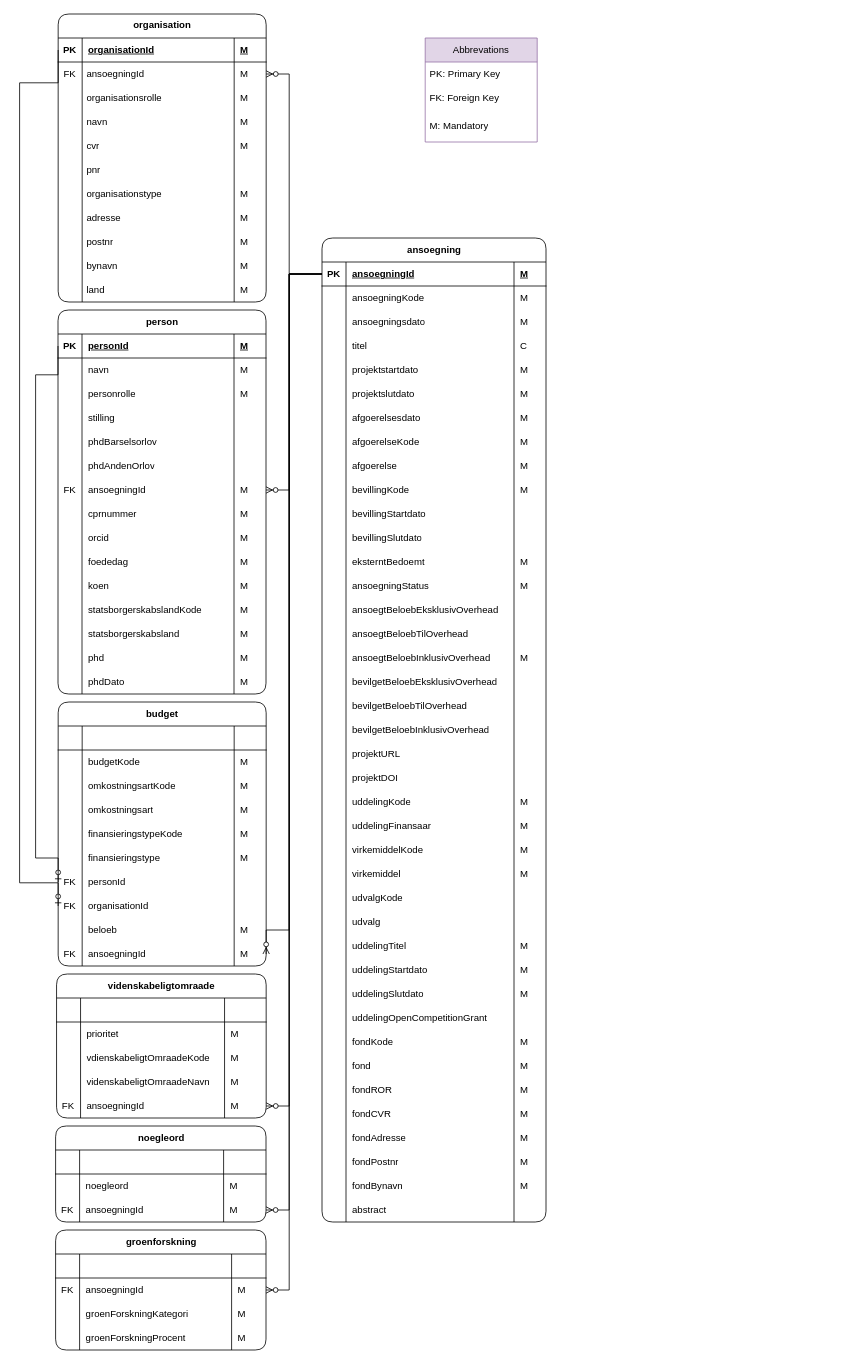
thomas-lange-dk/Grants keeps this draw.io diagram as page "NY Raw" (4 of 5) of Grants model.drawio. Above is the earlier version. Source tidied: cells renumbered, new cells numbered last; positions are measured from the earlier drawing's top-left corner, leaving out a move shared by most shapes. Both pictures are drawn from the tidied source at 80%, with x=0, y=0 at pixel (19, 14).
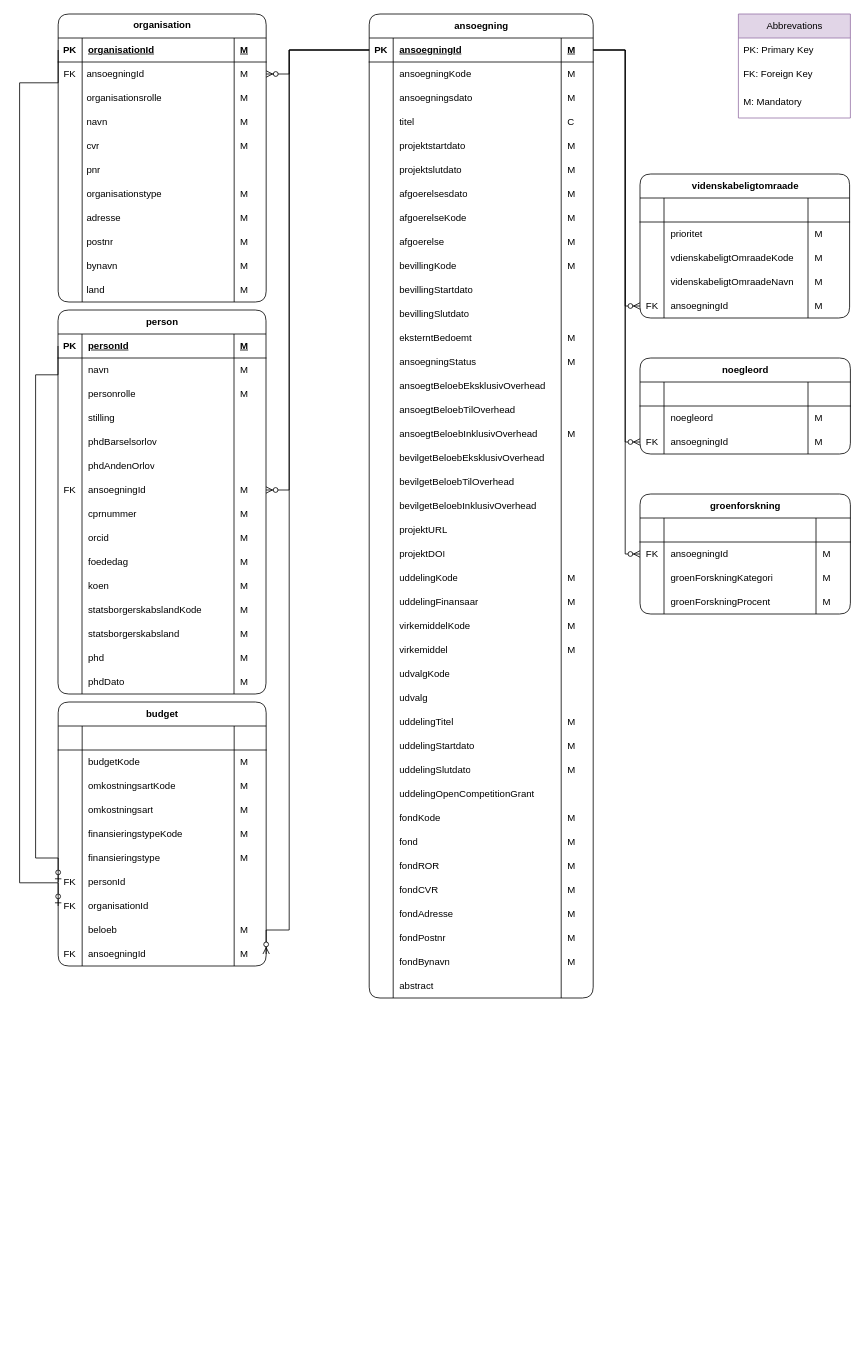
Above is the later version.

The change refers to these unchanged cells:
```xml
<mxCell id="10" value="M" style="shape=partialRectangle;fillColor=none;top=0;left=0;bottom=0;right=0;align=left;spacingLeft=6;overflow=hidden;whiteSpace=wrap;html=1;shadow=0;spacingBottom=0;spacingTop=0;" parent="7" vertex="1">
  <mxGeometry x="220" width="40" height="30" as="geometry" />
</mxCell>
<mxCell id="57" value="FK" style="shape=partialRectangle;fillColor=none;top=0;left=0;bottom=0;right=0;overflow=hidden;whiteSpace=wrap;html=1;shadow=0;" parent="56" vertex="1">
  <mxGeometry width="30" height="30" as="geometry" />
</mxCell>
<mxCell id="59" value="M" style="shape=partialRectangle;fillColor=none;top=0;left=0;bottom=0;right=0;align=left;spacingLeft=6;overflow=hidden;whiteSpace=wrap;html=1;shadow=0;" parent="56" vertex="1">
  <mxGeometry x="210" width="53" height="30" as="geometry" />
</mxCell>
<mxCell id="78" value="FK" style="shape=partialRectangle;fillColor=none;top=0;left=0;bottom=0;right=0;overflow=hidden;whiteSpace=wrap;html=1;shadow=0;" parent="77" vertex="1">
  <mxGeometry width="30" height="30" as="geometry" />
</mxCell>
<mxCell id="80" value="M" style="shape=partialRectangle;fillColor=none;top=0;left=0;bottom=0;right=0;align=left;spacingLeft=6;overflow=hidden;whiteSpace=wrap;html=1;shadow=0;" parent="77" vertex="1">
  <mxGeometry x="210" width="52" height="30" as="geometry" />
</mxCell>
<mxCell id="87" style="shape=tableRow;horizontal=0;startSize=0;swimlaneHead=0;swimlaneBody=0;fillColor=none;points=[[0,0.5],[1,0.5]];portConstraint=eastwest;top=0;left=0;right=0;bottom=1;shadow=0;" parent="86" vertex="1">
  <mxGeometry y="30" width="280" height="30" as="geometry" />
</mxCell>
<mxCell id="88" value="PK" style="shape=partialRectangle;fillColor=none;top=0;left=0;bottom=0;right=0;fontStyle=1;overflow=hidden;whiteSpace=wrap;html=1;shadow=0;" parent="87" vertex="1">
  <mxGeometry width="30" height="30" as="geometry" />
</mxCell>
<mxCell id="90" value="M" style="shape=partialRectangle;fillColor=none;top=0;left=0;bottom=0;right=0;align=left;spacingLeft=6;fontStyle=5;overflow=hidden;whiteSpace=wrap;html=1;shadow=0;" parent="87" vertex="1">
  <mxGeometry x="240" width="40" height="30" as="geometry" />
</mxCell>
<mxCell id="275" value="M" style="shape=partialRectangle;fillColor=none;top=0;left=0;bottom=0;right=0;align=left;spacingLeft=6;overflow=hidden;whiteSpace=wrap;html=1;shadow=0;" parent="272" vertex="1">
  <mxGeometry x="220" width="40" height="30" as="geometry" />
</mxCell>
<mxCell id="348" value="M" style="shape=partialRectangle;fillColor=none;top=0;left=0;bottom=0;right=0;align=left;spacingLeft=6;overflow=hidden;whiteSpace=wrap;html=1;shadow=0;" parent="345" vertex="1">
  <mxGeometry x="220" width="40" height="30" as="geometry" />
</mxCell>
<mxCell id="360" style="shape=tableRow;horizontal=0;startSize=0;swimlaneHead=0;swimlaneBody=0;fillColor=none;points=[[0,0.5],[1,0.5]];portConstraint=eastwest;top=0;left=0;right=0;bottom=0;shadow=0;" parent="355" vertex="1">
  <mxGeometry y="60" width="263" height="30" as="geometry" />
</mxCell>
```

The edit, as a diff of the source:
```diff
@@
     <mxCell id="47" value="noegleord" style="shape=table;startSize=30;childLayout=tableLayout;rowLines=0;fontStyle=1;align=center;html=1;shadow=0;rounded=1;" parent="1" vertex="1">
-      <mxGeometry x="45" y="1390" width="263" height="120" as="geometry" />
+      <mxGeometry x="775.5" y="430" width="263" height="120" as="geometry" />
     </mxCell>
@@
     <mxCell id="60" value="videnskabeligtomraade" style="shape=table;startSize=30;childLayout=tableLayout;rowLines=0;fontStyle=1;align=center;html=1;shadow=0;rounded=1;" parent="1" vertex="1">
-      <mxGeometry x="46.2" y="1200" width="262" height="180" as="geometry" />
+      <mxGeometry x="775.5" y="200" width="262" height="180" as="geometry" />
     </mxCell>
@@
-    <mxCell id="81" style="edgeStyle=orthogonalEdgeStyle;fontSize=12;html=1;endArrow=ERzeroToMany;endFill=1;rounded=0;shadow=0;entryX=1;entryY=0.5;entryDx=0;entryDy=0;" parent="1" edge="1" source="87" target="80">
+    <mxCell id="81" style="edgeStyle=orthogonalEdgeStyle;fontSize=12;html=1;endArrow=ERzeroToMany;endFill=1;rounded=0;shadow=0;entryX=0;entryY=0.5;entryDx=0;entryDy=0;exitX=1;exitY=0.5;exitDx=0;exitDy=0;" parent="1" edge="1" source="90" target="78">
       <mxGeometry relative="1" as="geometry">
         <Array as="points">
-          <mxPoint x="337" y="325" />
-          <mxPoint x="337" y="1365" />
+          <mxPoint x="757" y="45" />
+          <mxPoint x="757" y="365" />
         </Array>
       </mxGeometry>
     </mxCell>
     <mxCell id="82" value="Abbrevations" style="swimlane;fontStyle=0;horizontal=1;startSize=30;whiteSpace=wrap;html=1;fillColor=#e1d5e7;strokeColor=#9673a6;" parent="1" vertex="1">
-      <mxGeometry x="507" y="30" width="140" height="130" as="geometry" />
+      <mxGeometry x="898.5" width="140" height="130" as="geometry" />
     </mxCell>
@@
     <mxCell id="86" value="ansoegning" style="shape=table;startSize=30;childLayout=tableLayout;rowLines=0;fontStyle=1;align=center;html=1;swimlaneLine=1;shadow=0;rounded=1;swimlaneFillColor=none;" parent="1" vertex="1">
-      <mxGeometry x="378" y="280" width="280" height="1230" as="geometry" />
+      <mxGeometry x="437" width="280" height="1230" as="geometry" />
     </mxCell>
@@
-    <mxCell id="349" style="edgeStyle=orthogonalEdgeStyle;fontSize=12;html=1;endArrow=ERzeroToMany;endFill=1;rounded=0;shadow=0;exitX=0;exitY=0.5;exitDx=0;exitDy=0;entryX=1;entryY=0.5;entryDx=0;entryDy=0;" parent="1" edge="1" source="88" target="59">
+    <mxCell id="349" style="edgeStyle=orthogonalEdgeStyle;fontSize=12;html=1;endArrow=ERzeroToMany;endFill=1;rounded=0;shadow=0;exitX=1;exitY=0.5;exitDx=0;exitDy=0;entryX=0;entryY=0.5;entryDx=0;entryDy=0;" parent="1" edge="1" source="90" target="57">
       <mxGeometry relative="1" as="geometry">
         <Array as="points">
-          <mxPoint x="337" y="325" />
-          <mxPoint x="337" y="1495" />
+          <mxPoint x="757" y="45" />
+          <mxPoint x="757" y="535" />
         </Array>
       </mxGeometry>
     </mxCell>
     <mxCell id="350" style="fontSize=12;html=1;endArrow=ERzeroToMany;endFill=1;rounded=0;shadow=0;edgeStyle=orthogonalEdgeStyle;entryX=1;entryY=0.5;entryDx=0;entryDy=0;exitX=0;exitY=0.5;exitDx=0;exitDy=0;" parent="1" edge="1" source="88" target="275">
       <mxGeometry relative="1" as="geometry">
         <Array as="points">
-          <mxPoint x="337" y="325" />
+          <mxPoint x="337" y="45" />
           <mxPoint x="337" y="595" />
         </Array>
       </mxGeometry>
     </mxCell>
     <mxCell id="351" style="fontSize=12;html=1;endArrow=ERzeroToMany;endFill=1;rounded=0;shadow=0;edgeStyle=orthogonalEdgeStyle;exitX=0;exitY=0.5;exitDx=0;exitDy=0;entryX=1;entryY=0.5;entryDx=0;entryDy=0;" parent="1" edge="1" source="88" target="10">
       <mxGeometry relative="1" as="geometry">
         <Array as="points">
-          <mxPoint x="337" y="325" />
+          <mxPoint x="337" y="45" />
           <mxPoint x="337" y="75" />
         </Array>
       </mxGeometry>
     </mxCell>
@@
     <mxCell id="353" style="edgeStyle=orthogonalEdgeStyle;fontSize=12;html=1;endArrow=ERzeroToMany;endFill=1;rounded=0;shadow=0;entryX=1;entryY=0.5;entryDx=0;entryDy=0;exitX=0;exitY=0.5;exitDx=0;exitDy=0;" parent="1" edge="1" source="88" target="348">
       <mxGeometry relative="1" as="geometry">
         <Array as="points">
-          <mxPoint x="337" y="325" />
+          <mxPoint x="337" y="45" />
           <mxPoint x="337" y="1145" />
+          <mxPoint x="308" y="1145" />
         </Array>
       </mxGeometry>
     </mxCell>
@@
     <mxCell id="355" value="groenforskning" style="shape=table;startSize=30;childLayout=tableLayout;rowLines=0;fontStyle=1;align=center;html=1;shadow=0;rounded=1;" parent="1" vertex="1">
-      <mxGeometry x="45" y="1520" width="263" height="150" as="geometry" />
+      <mxGeometry x="775.5" y="600" width="263" height="150" as="geometry" />
     </mxCell>
@@
-    <mxCell id="372" style="edgeStyle=orthogonalEdgeStyle;fontSize=12;html=1;endArrow=ERzeroToMany;endFill=1;rounded=0;shadow=0;entryX=1;entryY=0.5;entryDx=0;entryDy=0;exitX=0;exitY=0.5;exitDx=0;exitDy=0;" parent="1" edge="1" source="88" target="360">
+    <mxCell id="372" style="edgeStyle=orthogonalEdgeStyle;fontSize=12;html=1;endArrow=ERzeroToMany;endFill=1;rounded=0;shadow=0;entryX=0;entryY=0.5;entryDx=0;entryDy=0;exitX=1;exitY=0.5;exitDx=0;exitDy=0;" parent="1" edge="1" source="90" target="360">
       <mxGeometry relative="1" as="geometry">
         <Array as="points">
-          <mxPoint x="337" y="325" />
-          <mxPoint x="337" y="1595" />
+          <mxPoint x="757" y="45" />
+          <mxPoint x="757" y="675" />
         </Array>
       </mxGeometry>
     </mxCell>
```
